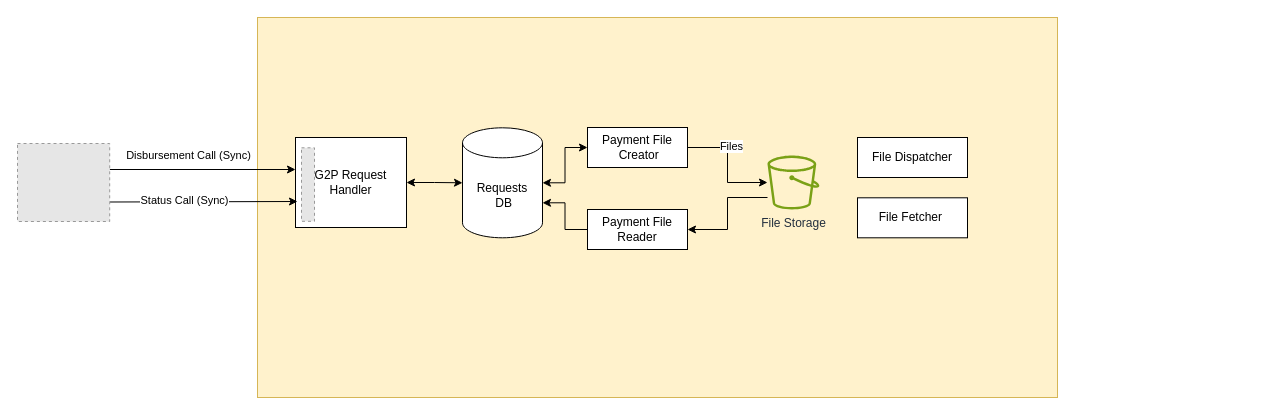
The draw.io diagram .gitbook/assets/gpb-architecture.drawio in OpenG2P/openg2p-documentation, before the edit. Source tidied: cells renumbered, new cells numbered last; positions are measured from the earlier drawing's top-left corner, leaving out a move shared by most shapes. Both pictures are drawn from the tidied source at 100%, with x=0, y=0 at pixel (17, 17). Pictures stored in the file or linked from it are replaced by grey dashed boxes.
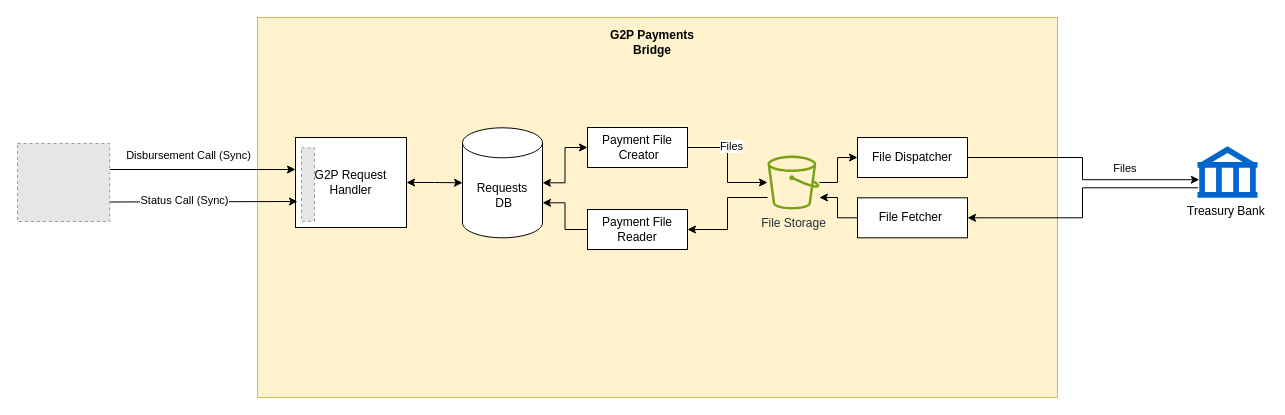
The same page after the edit.

The change refers to these unchanged cells:
```xml
<mxCell id="19" value="File Storage" style="sketch=0;outlineConnect=0;fontColor=#232F3E;gradientColor=none;fillColor=#7AA116;strokeColor=none;dashed=0;verticalLabelPosition=bottom;verticalAlign=top;align=center;html=1;fontSize=12;fontStyle=0;shape=mxgraph.aws4.bucket;" parent="1" vertex="1">
  <mxGeometry x="750" y="138" width="51.9" height="54" as="geometry" />
</mxCell>
<mxCell id="20" value="File Dispatcher" style="rounded=0;whiteSpace=wrap;html=1;" parent="1" vertex="1">
  <mxGeometry x="840" y="120" width="110" height="40" as="geometry" />
</mxCell>
<mxCell id="23" value="File Fetcher&amp;nbsp;" style="rounded=0;whiteSpace=wrap;html=1;" parent="1" vertex="1">
  <mxGeometry x="840" y="180.3" width="110" height="40" as="geometry" />
</mxCell>
```

Change to the diagram source:
```diff
@@
-    <mxCell id="2" style="rounded=0;whiteSpace=wrap;html=1;fillColor=#fff2cc;strokeColor=#d6b656;" parent="1" vertex="1">
+    <mxCell id="2" style="rounded=0;whiteSpace=wrap;html=1;fillColor=#fff2cc;strokeColor=#d6b656;align=left;" parent="1" vertex="1">
       <mxGeometry x="240" width="800" height="380" as="geometry" />
     </mxCell>
@@
+    <mxCell id="24" style="edgeStyle=orthogonalEdgeStyle;rounded=0;jettySize=auto;html=1;exitX=0;exitY=0.5;exitDx=0;exitDy=0;startArrow=classic;startFill=1;endArrow=none;endFill=0;" parent="1" edge="1" source="20" target="19">
+      <mxGeometry relative="1" as="geometry" />
+    </mxCell>
@@
+    <mxCell id="25" style="edgeStyle=orthogonalEdgeStyle;rounded=0;jettySize=auto;html=1;exitX=0;exitY=0.5;exitDx=0;exitDy=0;" parent="1" edge="1" source="23" target="19">
+      <mxGeometry relative="1" as="geometry">
+        <Array as="points">
+          <mxPoint x="820" y="200" />
+          <mxPoint x="820" y="180" />
+        </Array>
+      </mxGeometry>
+    </mxCell>
@@
+    <mxCell id="26" value="Treasury Bank&amp;nbsp;" style="shape=mxgraph.signs.travel.bank;html=1;fillColor=#0066CC;strokeColor=none;verticalLabelPosition=bottom;verticalAlign=top;align=center;" parent="1" vertex="1">
+      <mxGeometry x="1180" y="128.8" width="60" height="51.4" as="geometry" />
+    </mxCell>
+    <mxCell id="27" style="edgeStyle=orthogonalEdgeStyle;rounded=0;jettySize=auto;html=1;exitX=1;exitY=0.5;exitDx=0;exitDy=0;entryX=0.03;entryY=0.65;entryDx=0;entryDy=0;entryPerimeter=0;" parent="1" edge="1" source="20" target="26">
+      <mxGeometry relative="1" as="geometry" />
+    </mxCell>
+    <mxCell id="28" style="edgeStyle=orthogonalEdgeStyle;rounded=0;jettySize=auto;html=1;exitX=1;exitY=0.5;exitDx=0;exitDy=0;entryX=0.011;entryY=0.807;entryDx=0;entryDy=0;entryPerimeter=0;startArrow=classic;startFill=1;endArrow=none;endFill=0;" parent="1" edge="1" source="23" target="26">
+      <mxGeometry relative="1" as="geometry" />
+    </mxCell>
+    <mxCell id="29" value="Files&amp;nbsp;" style="edgeLabel;html=1;align=center;verticalAlign=middle;" parent="28" vertex="1">
+      <mxGeometry x="0.66" relative="1" as="geometry">
+        <mxPoint x="-27" y="-20" as="offset" />
+      </mxGeometry>
+    </mxCell>
+    <mxCell id="30" value="&lt;b&gt;G2P Payments Bridge&lt;/b&gt;" style="text;html=1;strokeColor=none;fillColor=none;align=center;verticalAlign=middle;whiteSpace=wrap;rounded=0;" parent="1" vertex="1">
+      <mxGeometry x="580" y="10" width="110" height="30" as="geometry" />
+    </mxCell>
```
